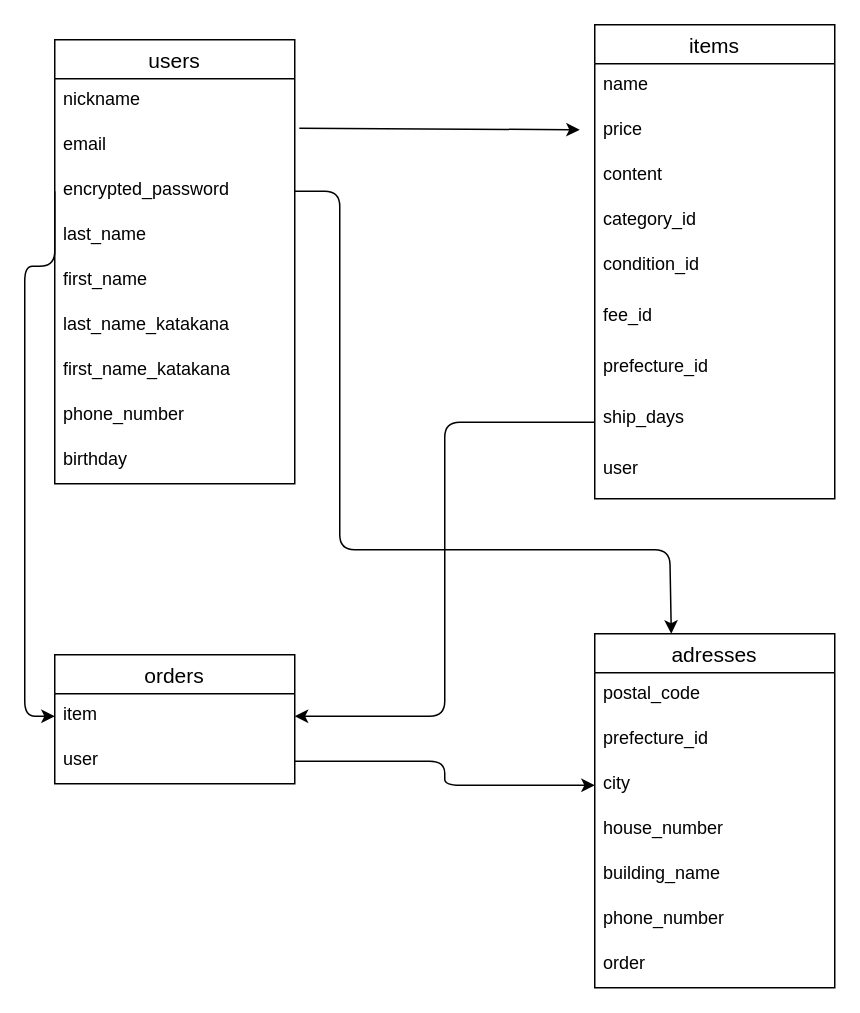
This is furima.dio from wiz-program/furima-39372, a draw.io file, before an edit. Source tidied: cells renumbered, new cells numbered last; positions are measured from the earlier drawing's top-left corner, leaving out a move shared by most shapes. Both pictures are drawn from the tidied source at 150%, with x=0, y=0 at pixel (24, 24).
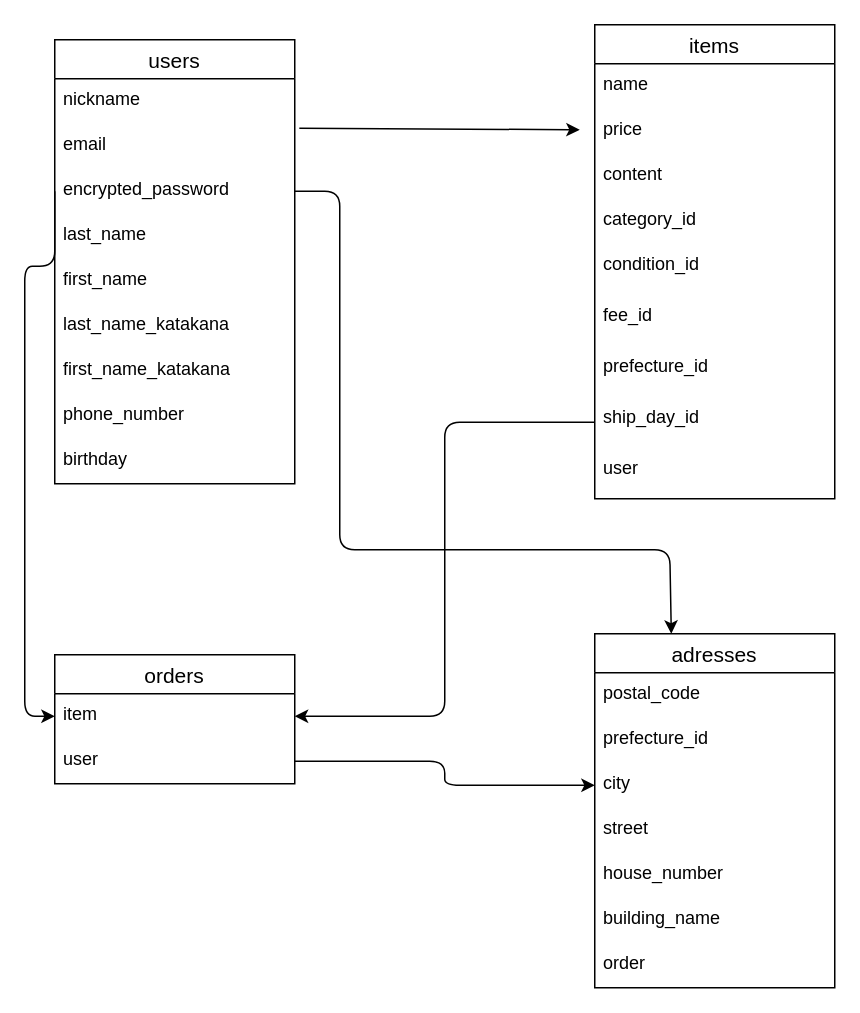
After the change.

Commit message (it also covers changes not shown here):
データベース設計(修正④)

#What
ER図とREADME作成

#Why
データベース設計に誤りがないようにするため

＃GyazoのURL

https://gyazo.com/63ae38a6ede72d028c43b36a4cfe1493

よろしくお願いあします。

The change refers to these unchanged cells:
```xml
<mxCell id="13" value="items" style="swimlane;fontStyle=0;horizontal=1;startSize=26;align=center;fontSize=14;" parent="1" vertex="1">
  <mxGeometry x="380" width="160" height="316" as="geometry" />
</mxCell>
<mxCell id="26" value="adresses" style="swimlane;fontStyle=0;horizontal=1;startSize=26;align=center;fontSize=14;" parent="1" vertex="1">
  <mxGeometry x="380" y="406" width="160" height="236" as="geometry" />
</mxCell>
```

What changed in the source:
```diff
@@
-    <mxCell id="21" value="ship_days" style="text;strokeColor=none;fillColor=none;spacingLeft=4;spacingRight=4;overflow=hidden;points=[[0,0.5],[1,0.5]];portConstraint=eastwest;fontSize=12;" parent="13" vertex="1">
+    <mxCell id="21" value="ship_day_id" style="text;strokeColor=none;fillColor=none;spacingLeft=4;spacingRight=4;overflow=hidden;points=[[0,0.5],[1,0.5]];portConstraint=eastwest;fontSize=12;" parent="13" vertex="1">
       <mxGeometry y="248" width="160" height="34" as="geometry" />
     </mxCell>
@@
+    <mxCell id="32" value="street" style="text;strokeColor=none;fillColor=none;spacingLeft=4;spacingRight=4;overflow=hidden;fontSize=12;" parent="26" vertex="1">
+      <mxGeometry y="116" width="160" height="30" as="geometry" />
+    </mxCell>
     <mxCell id="30" value="house_number" style="text;strokeColor=none;fillColor=none;spacingLeft=4;spacingRight=4;overflow=hidden;fontSize=12;" parent="26" vertex="1">
-      <mxGeometry y="116" width="160" height="30" as="geometry" />
+      <mxGeometry y="146" width="160" height="30" as="geometry" />
     </mxCell>
     <mxCell id="31" value="building_name" style="text;strokeColor=none;fillColor=none;spacingLeft=4;spacingRight=4;overflow=hidden;fontSize=12;" parent="26" vertex="1">
-      <mxGeometry y="146" width="160" height="30" as="geometry" />
+      <mxGeometry y="176" width="160" height="30" as="geometry" />
     </mxCell>
-    <mxCell id="32" value="phone_number" style="text;strokeColor=none;fillColor=none;spacingLeft=4;spacingRight=4;overflow=hidden;fontSize=12;" parent="26" vertex="1">
-      <mxGeometry y="176" width="160" height="30" as="geometry" />
-    </mxCell>
```
